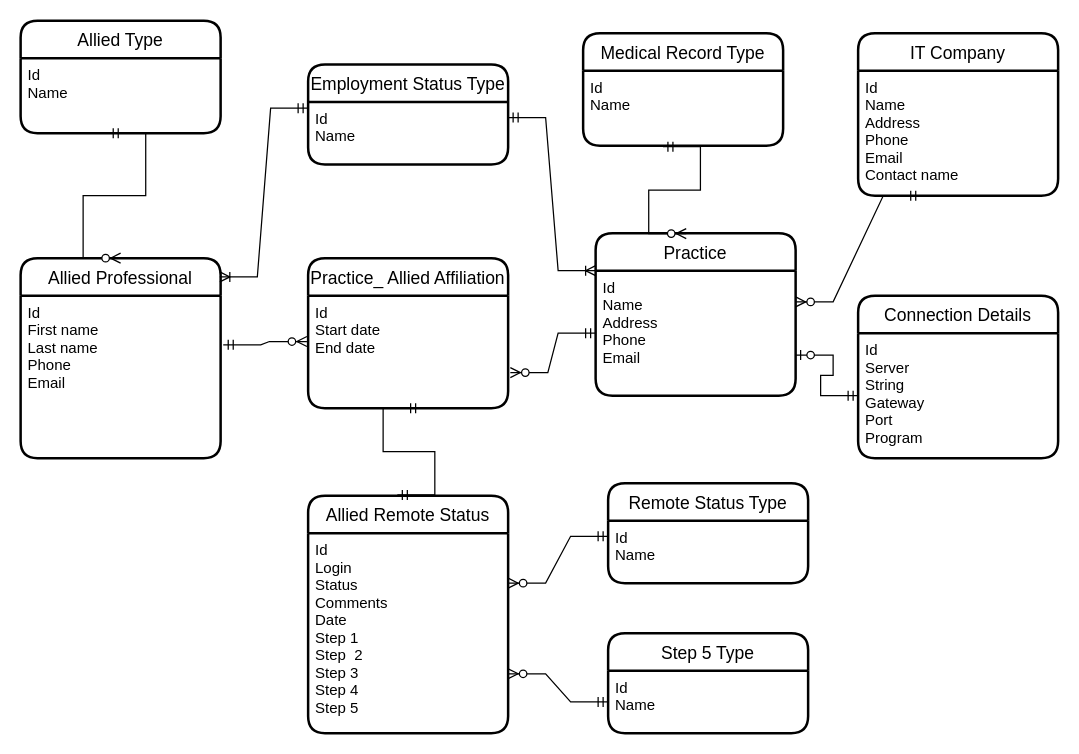
Before: Untitled Diagram.drawio in salome558/Project-Work, a draw.io diagram. Source tidied: cells renumbered, new cells numbered last; positions are measured from the earlier drawing's top-left corner, leaving out a move shared by most shapes. Both pictures are drawn from the tidied source at 125%, with x=0, y=0 at pixel (20, 20).
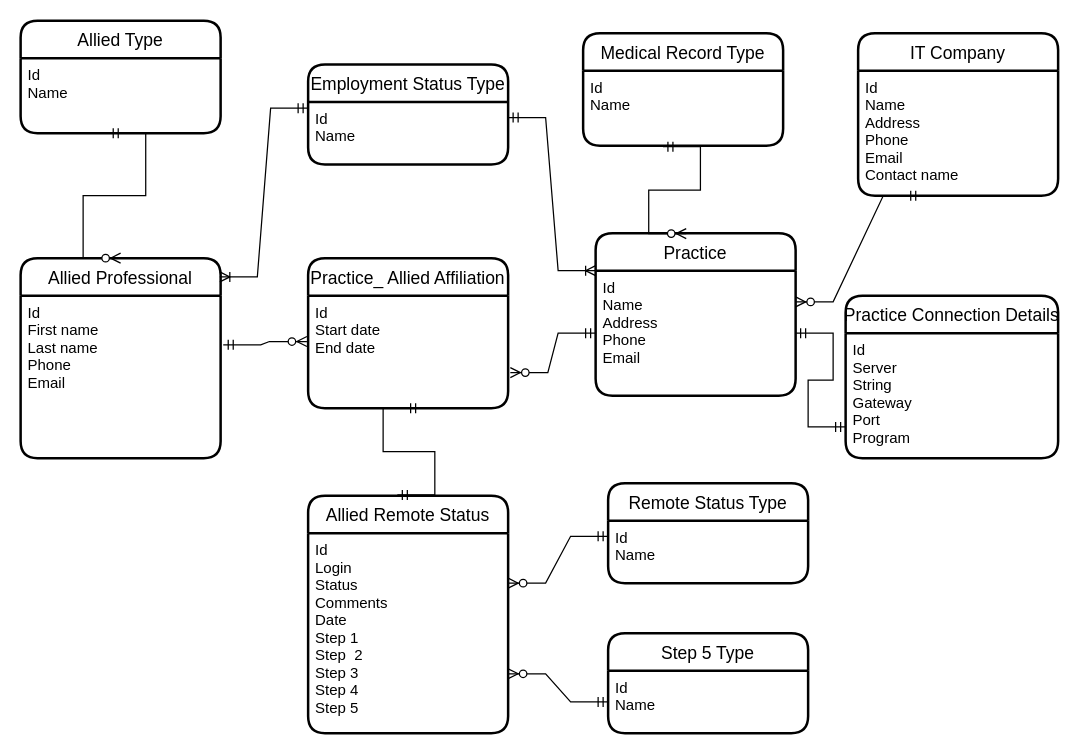
After the change.

The change refers to these unchanged cells:
```xml
<mxCell id="13" value="Practice" style="swimlane;horizontal=1;startSize=30;rounded=1;fontSize=14;fontStyle=0;strokeWidth=2;shadow=0;dashed=0;align=center;" parent="1" vertex="1">
  <mxGeometry x="460" y="170" width="160" height="130" as="geometry" />
</mxCell>
<mxCell id="14" value="Id&#10;Name&#10;Address&#10;Phone&#10;Email" style="align=left;strokeColor=none;fillColor=none;spacingLeft=4;fontSize=12;verticalAlign=top;" parent="13" vertex="1">
  <mxGeometry y="30" width="160" height="100" as="geometry" />
</mxCell>
```

The edit, as a diff of the source:
```diff
@@
-    <mxCell id="17" value="Connection Details" style="swimlane;horizontal=1;startSize=30;rounded=1;fontSize=14;fontStyle=0;strokeWidth=2;shadow=0;dashed=0;align=center;" parent="1" vertex="1">
-      <mxGeometry x="670" y="220" width="160" height="130" as="geometry" />
+    <mxCell id="17" value="Practice Connection Details" style="swimlane;horizontal=1;startSize=30;rounded=1;fontSize=14;fontStyle=0;strokeWidth=2;shadow=0;dashed=0;align=center;" parent="1" vertex="1">
+      <mxGeometry x="660" y="220" width="170" height="130" as="geometry" />
     </mxCell>
     <mxCell id="18" value="Id&#10;Server&#10;String&#10;Gateway&#10;Port&#10;Program" style="align=left;strokeColor=none;fillColor=none;spacingLeft=4;fontSize=12;verticalAlign=top;" parent="17" vertex="1">
-      <mxGeometry y="30" width="160" height="100" as="geometry" />
+      <mxGeometry y="30" width="170" height="100" as="geometry" />
     </mxCell>
@@
-    <mxCell id="35" style="edgeStyle=entityRelationEdgeStyle;fontSize=12;html=1;endArrow=ERzeroToOne;startArrow=ERmandOne;rounded=0;exitX=0;exitY=0.5;exitDx=0;exitDy=0;entryX=1;entryY=0.75;entryDx=0;entryDy=0;" parent="1" edge="1" source="18" target="13">
-      <mxGeometry relative="1" as="geometry" />
-    </mxCell>
+    <mxCell id="36" style="edgeStyle=entityRelationEdgeStyle;fontSize=12;html=1;endArrow=ERmandOne;startArrow=ERmandOne;rounded=0;entryX=0;entryY=0.75;entryDx=0;entryDy=0;" parent="1" edge="1" source="14" target="18">
+      <mxGeometry relative="1" as="geometry" />
+    </mxCell>
```
